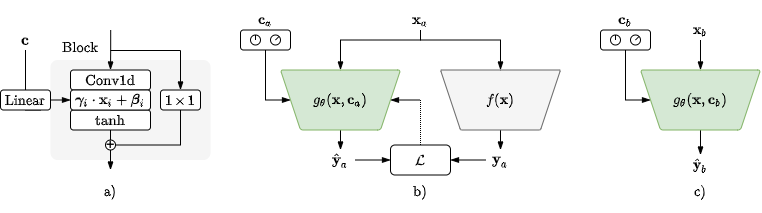
Earlier version of the draw.io export docs/assets/steerable-headline.png (csteinmetz1/steerable-nafx). Source tidied: cells renumbered, new cells last; positions are measured from the earlier drawing's top-left corner, leaving out a move shared by most shapes.
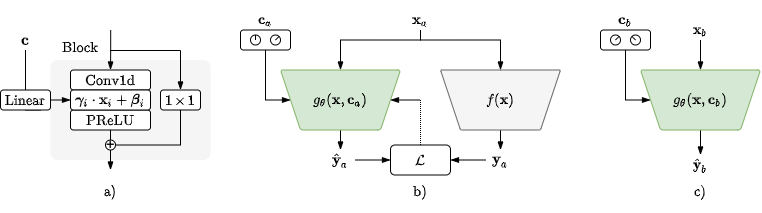
Above is the later version.

Commit message:
change nonlinearity to PReLU

Diff of the diagram source:
```diff
@@ -134,7 +134,7 @@
     <mxCell id="36" style="edgeStyle=orthogonalEdgeStyle;rounded=0;jettySize=auto;html=1;exitX=0.5;exitY=1;exitDx=0;exitDy=0;entryX=0.5;entryY=0;entryDx=0;entryDy=0;endArrow=none;endFill=0;strokeColor=#000000;" parent="1" edge="1" source="37" target="43">
       <mxGeometry relative="1" as="geometry" />
     </mxCell>
-    <mxCell id="37" value="$$\tanh$$" style="rounded=1;whiteSpace=wrap;html=1;" parent="1" vertex="1">
+    <mxCell id="37" value="$$\text{PReLU}$$" style="rounded=1;whiteSpace=wrap;html=1;" parent="1" vertex="1">
       <mxGeometry x="70" y="99.5" width="80" height="20" as="geometry" />
     </mxCell>
     <mxCell id="38" style="edgeStyle=orthogonalEdgeStyle;rounded=0;jettySize=auto;html=1;exitX=0.5;exitY=1;exitDx=0;exitDy=0;endArrow=blockThin;endFill=1;strokeColor=#000000;entryX=0;entryY=0.5;entryDx=0;entryDy=0;startArrow=none;" parent="1" edge="1" source="47" target="39">
@@ -191,13 +191,13 @@
     <mxCell id="53" style="ellipse;whiteSpace=wrap;html=1;rounded=1;" parent="1" vertex="1">
       <mxGeometry x="610" y="24.5" width="10" height="10" as="geometry" />
     </mxCell>
-    <mxCell id="54" style="endArrow=none;html=1;strokeColor=#000000;entryX=0.5;entryY=0;entryDx=0;entryDy=0;exitX=0.5;exitY=0.5;exitDx=0;exitDy=0;exitPerimeter=0;" parent="1" edge="1" source="53" target="53">
+    <mxCell id="54" style="endArrow=none;html=1;strokeColor=#000000;entryX=1;entryY=0;entryDx=0;entryDy=0;exitX=0.5;exitY=0.5;exitDx=0;exitDy=0;exitPerimeter=0;" parent="1" edge="1" source="53" target="53">
       <mxGeometry relative="1" as="geometry" />
     </mxCell>
     <mxCell id="55" style="ellipse;whiteSpace=wrap;html=1;rounded=1;" parent="1" vertex="1">
       <mxGeometry x="630" y="24.5" width="10" height="10" as="geometry" />
     </mxCell>
-    <mxCell id="56" style="endArrow=none;html=1;strokeColor=#000000;entryX=1;entryY=0;entryDx=0;entryDy=0;exitX=0.5;exitY=0.5;exitDx=0;exitDy=0;exitPerimeter=0;" parent="1" edge="1" source="55" target="55">
+    <mxCell id="56" style="endArrow=none;html=1;strokeColor=#000000;entryX=0;entryY=0;entryDx=0;entryDy=0;exitX=0.5;exitY=0.5;exitDx=0;exitDy=0;exitPerimeter=0;" parent="1" edge="1" source="55" target="55">
       <mxGeometry relative="1" as="geometry" />
     </mxCell>
   </root>
```
